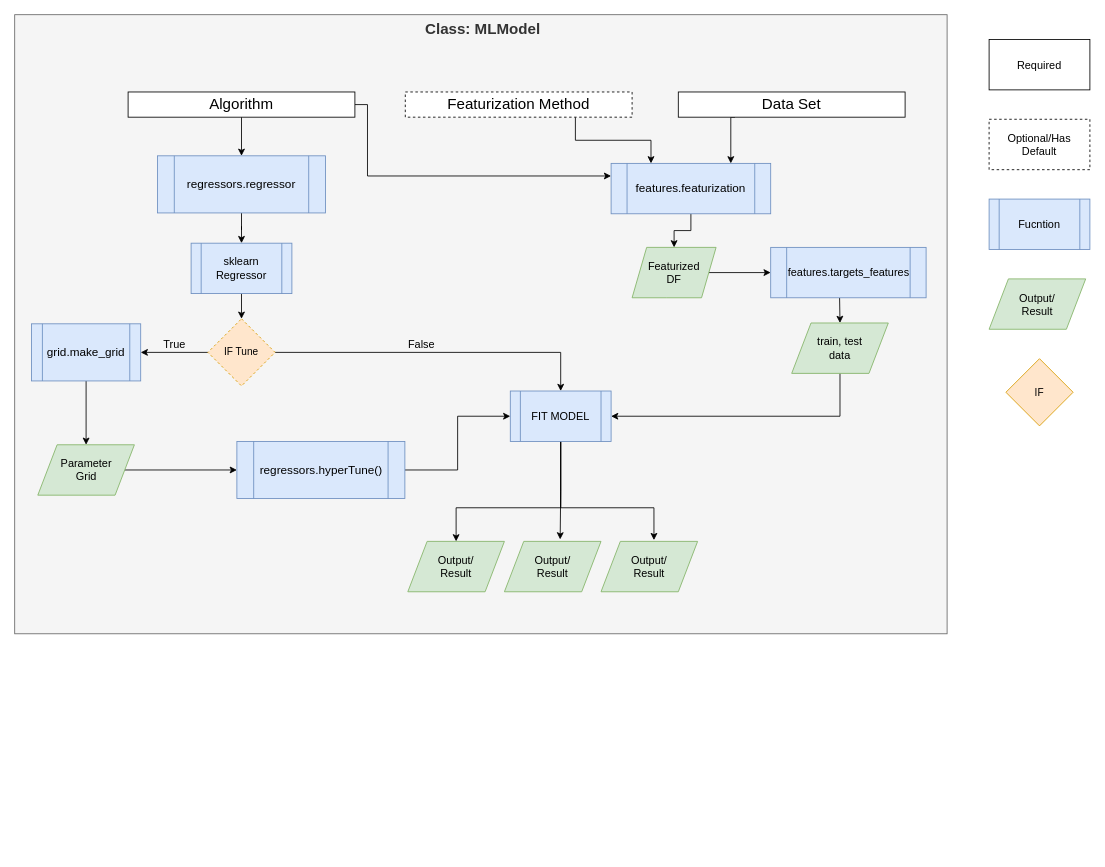
Earlier version of the draw.io diagram page "Page-1" (1 of 2) of hte-models-overview.drawio (Dlux804/McQuade-Chem-ML). Source tidied: cells renumbered, new cells numbered last; positions are measured from the earlier drawing's top-left corner, leaving out a move shared by most shapes. Both pictures are drawn from the tidied source at 84%, with x=0, y=0 at pixel (14, 14). Pictures stored in the file or linked from it are replaced by grey dashed boxes.
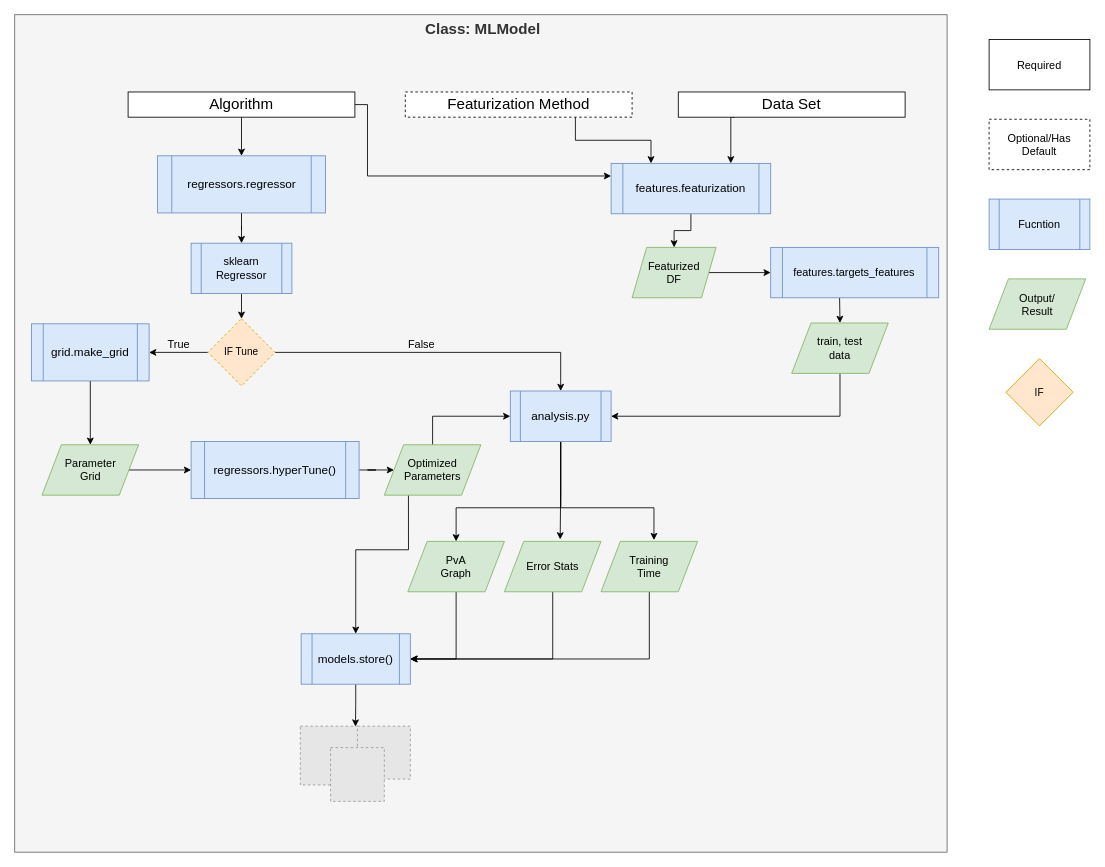
Above is the later version.

What changed in the source:
```diff
@@
     <mxCell id="2" value="&lt;div style=&quot;font-size: 18px;&quot;&gt;&amp;nbsp;Class: MLModel&lt;br style=&quot;font-size: 18px;&quot;&gt;&lt;/div&gt;" style="rounded=0;whiteSpace=wrap;html=1;fillColor=#f5f5f5;strokeColor=#666666;fontColor=#333333;verticalAlign=top;fontSize=18;fontStyle=1;" parent="1" vertex="1">
-      <mxGeometry width="1110" height="737" as="geometry" />
+      <mxGeometry width="1110" height="997" as="geometry" />
     </mxCell>
@@
-    <mxCell id="11" value="&lt;font style=&quot;font-size: 14px;&quot;&gt;features.featurization&lt;/font&gt;" style="shape=process;whiteSpace=wrap;html=1;backgroundOutline=1;fontSize=14;fillColor=#dae8fc;strokeColor=#6c8ebf;" parent="1" vertex="1">
+    <mxCell id="11" value="&lt;font style=&quot;font-size: 14px;&quot;&gt;features.featurization&lt;/font&gt;" style="shape=process;whiteSpace=wrap;html=1;backgroundOutline=1;fontSize=14;fillColor=#dae8fc;strokeColor=#6c8ebf;size=0.07456140350877173;" parent="1" vertex="1">
       <mxGeometry x="710" y="177" width="190" height="60" as="geometry" />
     </mxCell>
@@
     <mxCell id="20" value="grid.make_grid" style="shape=process;whiteSpace=wrap;html=1;backgroundOutline=1;strokeColor=#6c8ebf;strokeWidth=1;fontSize=14;fillColor=#dae8fc;" parent="1" vertex="1">
-      <mxGeometry x="20" y="368" width="130" height="68" as="geometry" />
+      <mxGeometry x="20" y="368" width="140" height="68" as="geometry" />
     </mxCell>
@@
     <mxCell id="22" value="&lt;div&gt;Parameter&lt;/div&gt;&lt;div&gt;Grid&lt;br&gt;&lt;/div&gt;" style="shape=parallelogram;perimeter=parallelogramPerimeter;whiteSpace=wrap;html=1;dashed=0;strokeColor=#82b366;strokeWidth=1;fontSize=13;fillColor=#d5e8d4;" parent="1" vertex="1">
-      <mxGeometry x="27.5" y="512" width="115" height="60" as="geometry" />
+      <mxGeometry x="32.5" y="512" width="115" height="60" as="geometry" />
     </mxCell>
@@
-    <mxCell id="24" value="&lt;font style=&quot;font-size: 14px;&quot;&gt;regressors.regressor&lt;/font&gt;" style="shape=process;whiteSpace=wrap;html=1;backgroundOutline=1;strokeColor=#6c8ebf;strokeWidth=1;fontSize=14;fillColor=#dae8fc;" parent="1" vertex="1">
+    <mxCell id="24" value="&lt;font style=&quot;font-size: 14px;&quot;&gt;regressors.regressor&lt;/font&gt;" style="shape=process;whiteSpace=wrap;html=1;backgroundOutline=1;strokeColor=#6c8ebf;strokeWidth=1;fontSize=14;fillColor=#dae8fc;size=0.08333333333333329;" parent="1" vertex="1">
       <mxGeometry x="170" y="168" width="200" height="68" as="geometry" />
     </mxCell>
@@
-    <mxCell id="31" style="edgeStyle=orthogonalEdgeStyle;rounded=0;jettySize=auto;html=1;exitX=1;exitY=0.5;exitDx=0;exitDy=0;entryX=0;entryY=0.5;entryDx=0;entryDy=0;labelBackgroundColor=none;fontSize=14;" parent="1" edge="1" source="32" target="39">
+    <mxCell id="31" style="edgeStyle=orthogonalEdgeStyle;rounded=0;jettySize=auto;html=1;exitX=1;exitY=0.5;exitDx=0;exitDy=0;entryX=0;entryY=0.5;entryDx=0;entryDy=0;labelBackgroundColor=none;fontSize=14;" parent="1" edge="1" source="32" target="48">
       <mxGeometry relative="1" as="geometry" />
     </mxCell>
-    <mxCell id="32" value="&lt;font style=&quot;font-size: 14px;&quot;&gt;regressors.hyperTune()&lt;/font&gt;" style="shape=process;whiteSpace=wrap;html=1;backgroundOutline=1;strokeColor=#6c8ebf;strokeWidth=1;fontSize=14;fillColor=#dae8fc;" parent="1" vertex="1">
-      <mxGeometry x="264.5" y="508" width="200" height="68" as="geometry" />
+    <mxCell id="32" value="&lt;font style=&quot;font-size: 14px;&quot;&gt;regressors.hyperTune()&lt;/font&gt;" style="shape=process;whiteSpace=wrap;html=1;backgroundOutline=1;strokeColor=#6c8ebf;strokeWidth=1;fontSize=14;fillColor=#dae8fc;size=0.07916666666666813;" parent="1" vertex="1">
+      <mxGeometry x="210" y="508" width="200" height="68" as="geometry" />
     </mxCell>
@@
-    <mxCell id="34" value="features.targets_features" style="shape=process;whiteSpace=wrap;html=1;backgroundOutline=1;strokeColor=#6c8ebf;strokeWidth=1;fontSize=13;fillColor=#dae8fc;" parent="1" vertex="1">
-      <mxGeometry x="900" y="277" width="185" height="60" as="geometry" />
+    <mxCell id="34" value="features.targets_features" style="shape=process;whiteSpace=wrap;html=1;backgroundOutline=1;strokeColor=#6c8ebf;strokeWidth=1;fontSize=13;fillColor=#dae8fc;size=0.0720720720720735;" parent="1" vertex="1">
+      <mxGeometry x="900" y="277" width="200" height="60" as="geometry" />
     </mxCell>
@@
     <mxCell id="37" style="edgeStyle=orthogonalEdgeStyle;rounded=0;jettySize=auto;html=1;exitX=0.5;exitY=1;exitDx=0;exitDy=0;entryX=0.577;entryY=-0.039;entryDx=0;entryDy=0;entryPerimeter=0;labelBackgroundColor=none;fontSize=13;" parent="1" edge="1" source="39" target="42">
-      <mxGeometry relative="1" as="geometry" />
+      <mxGeometry relative="1" as="geometry">
+        <Array as="points">
+          <mxPoint x="650" y="568" />
+        </Array>
+      </mxGeometry>
     </mxCell>
@@
-    <mxCell id="39" value="FIT MODEL" style="shape=process;whiteSpace=wrap;html=1;backgroundOutline=1;strokeColor=#6c8ebf;strokeWidth=1;fontSize=13;fillColor=#dae8fc;" parent="1" vertex="1">
+    <mxCell id="39" value="analysis.py" style="shape=process;whiteSpace=wrap;html=1;backgroundOutline=1;strokeColor=#6c8ebf;strokeWidth=1;fontSize=14;fillColor=#dae8fc;" parent="1" vertex="1">
       <mxGeometry x="590" y="448" width="120" height="60" as="geometry" />
     </mxCell>
+    <mxCell id="43" style="edgeStyle=orthogonalEdgeStyle;rounded=0;jettySize=auto;html=1;exitX=0.5;exitY=1;exitDx=0;exitDy=0;entryX=1;entryY=0.5;entryDx=0;entryDy=0;fontSize=14;" parent="1" edge="1" source="40" target="50">
+      <mxGeometry relative="1" as="geometry" />
+    </mxCell>
-    <mxCell id="40" value="&lt;div&gt;Output/&lt;/div&gt;&lt;div&gt;Result&lt;br&gt;&lt;/div&gt;" style="shape=parallelogram;perimeter=parallelogramPerimeter;whiteSpace=wrap;html=1;dashed=0;strokeColor=#82b366;strokeWidth=1;fontSize=13;fillColor=#d5e8d4;" parent="1" vertex="1">
+    <mxCell id="40" value="&lt;div&gt;PvA&lt;/div&gt;&lt;div&gt;Graph&lt;br&gt;&lt;/div&gt;" style="shape=parallelogram;perimeter=parallelogramPerimeter;whiteSpace=wrap;html=1;dashed=0;strokeColor=#82b366;strokeWidth=1;fontSize=13;fillColor=#d5e8d4;" parent="1" vertex="1">
       <mxGeometry x="468" y="627" width="115" height="60" as="geometry" />
     </mxCell>
+    <mxCell id="44" style="edgeStyle=orthogonalEdgeStyle;rounded=0;jettySize=auto;html=1;exitX=0.5;exitY=1;exitDx=0;exitDy=0;entryX=1;entryY=0.5;entryDx=0;entryDy=0;fontSize=14;" parent="1" edge="1" source="41" target="50">
+      <mxGeometry relative="1" as="geometry" />
+    </mxCell>
-    <mxCell id="41" value="&lt;div&gt;Output/&lt;/div&gt;&lt;div&gt;Result&lt;br&gt;&lt;/div&gt;" style="shape=parallelogram;perimeter=parallelogramPerimeter;whiteSpace=wrap;html=1;dashed=0;strokeColor=#82b366;strokeWidth=1;fontSize=13;fillColor=#d5e8d4;" parent="1" vertex="1">
+    <mxCell id="41" value="&lt;div&gt;Training &lt;br&gt;&lt;/div&gt;&lt;div&gt;Time&lt;br&gt;&lt;/div&gt;" style="shape=parallelogram;perimeter=parallelogramPerimeter;whiteSpace=wrap;html=1;dashed=0;strokeColor=#82b366;strokeWidth=1;fontSize=13;fillColor=#d5e8d4;" parent="1" vertex="1">
       <mxGeometry x="698" y="627" width="115" height="60" as="geometry" />
     </mxCell>
+    <mxCell id="45" style="edgeStyle=orthogonalEdgeStyle;rounded=0;jettySize=auto;html=1;exitX=0.5;exitY=1;exitDx=0;exitDy=0;entryX=1;entryY=0.5;entryDx=0;entryDy=0;fontSize=14;" parent="1" edge="1" source="42" target="50">
+      <mxGeometry relative="1" as="geometry" />
+    </mxCell>
-    <mxCell id="42" value="&lt;div&gt;Output/&lt;/div&gt;&lt;div&gt;Result&lt;br&gt;&lt;/div&gt;" style="shape=parallelogram;perimeter=parallelogramPerimeter;whiteSpace=wrap;html=1;dashed=0;strokeColor=#82b366;strokeWidth=1;fontSize=13;fillColor=#d5e8d4;" parent="1" vertex="1">
+    <mxCell id="42" value="Error Stats" style="shape=parallelogram;perimeter=parallelogramPerimeter;whiteSpace=wrap;html=1;dashed=0;strokeColor=#82b366;strokeWidth=1;fontSize=13;fillColor=#d5e8d4;" parent="1" vertex="1">
       <mxGeometry x="583" y="627" width="115" height="60" as="geometry" />
     </mxCell>
+    <mxCell id="46" style="edgeStyle=orthogonalEdgeStyle;rounded=0;jettySize=auto;html=1;exitX=0.5;exitY=0;exitDx=0;exitDy=0;entryX=0;entryY=0.5;entryDx=0;entryDy=0;" parent="1" edge="1" source="48" target="39">
+      <mxGeometry relative="1" as="geometry" />
+    </mxCell>
+    <mxCell id="47" style="edgeStyle=orthogonalEdgeStyle;rounded=0;jettySize=auto;html=1;exitX=0.25;exitY=1;exitDx=0;exitDy=0;fontSize=14;" parent="1" edge="1" source="48" target="50">
+      <mxGeometry relative="1" as="geometry">
+        <Array as="points">
+          <mxPoint x="469" y="637" />
+          <mxPoint x="406" y="637" />
+        </Array>
+      </mxGeometry>
+    </mxCell>
+    <mxCell id="48" value="&lt;div&gt;Optimized&lt;/div&gt;&lt;div&gt;Parameters&lt;br&gt;&lt;/div&gt;" style="shape=parallelogram;perimeter=parallelogramPerimeter;whiteSpace=wrap;html=1;dashed=0;strokeColor=#82b366;strokeWidth=1;fontSize=13;fillColor=#d5e8d4;" parent="1" vertex="1">
+      <mxGeometry x="440" y="512" width="115" height="60" as="geometry" />
+    </mxCell>
+    <mxCell id="49" style="edgeStyle=orthogonalEdgeStyle;rounded=0;jettySize=auto;html=1;exitX=0.5;exitY=1;exitDx=0;exitDy=0;entryX=-0.037;entryY=0.008;entryDx=0;entryDy=0;entryPerimeter=0;fontSize=14;" parent="1" edge="1" source="50" target="53">
+      <mxGeometry relative="1" as="geometry" />
+    </mxCell>
+    <mxCell id="50" value="models.store()" style="shape=process;whiteSpace=wrap;html=1;backgroundOutline=1;strokeColor=#6c8ebf;strokeWidth=1;fontSize=14;fillColor=#dae8fc;" parent="1" vertex="1">
+      <mxGeometry x="341" y="737" width="130" height="60" as="geometry" />
+    </mxCell>
+    <mxCell id="51" style="group;" parent="1" vertex="1">
+      <mxGeometry x="340" y="847" width="131" height="89.5" as="geometry" />
+    </mxCell>
+    <mxCell id="52" style="fillColor=#E6E6E6;strokeColor=#999999;dashed=1;html=1;verticalAlign=top;verticalLabelPosition=bottom;labelBackgroundColor=#ffffff;fontSize=14;" parent="51" vertex="1">
+      <mxGeometry width="70" height="70" as="geometry" />
+    </mxCell>
+    <mxCell id="53" style="fillColor=#E6E6E6;strokeColor=#999999;dashed=1;html=1;verticalAlign=top;verticalLabelPosition=bottom;labelBackgroundColor=#ffffff;fontSize=14;" parent="51" vertex="1">
+      <mxGeometry x="68" width="63" height="63" as="geometry" />
+    </mxCell>
+    <mxCell id="54" style="fillColor=#E6E6E6;strokeColor=#999999;dashed=1;html=1;verticalAlign=top;verticalLabelPosition=bottom;labelBackgroundColor=#ffffff;fontSize=14;" parent="51" vertex="1">
+      <mxGeometry x="36" y="25.5" width="64" height="64" as="geometry" />
+    </mxCell>
```
